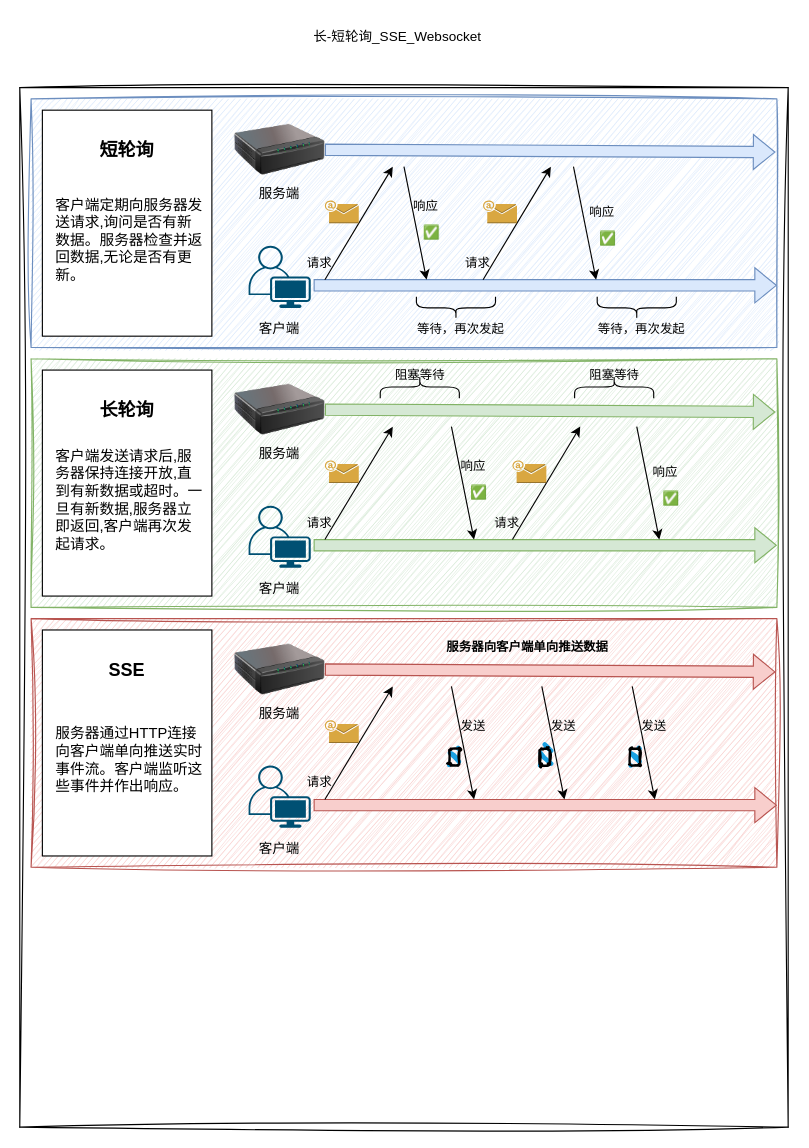
The draw.io diagram image-text/长-短轮询_SSE_Websocket.drawio in Rodert/javapub_oss, before the edit. Source tidied: cells renumbered, new cells numbered last; positions are measured from the earlier drawing's top-left corner, leaving out a move shared by most shapes. Both pictures are drawn from the tidied source at 113%, with x=0, y=0 at pixel (19, 19).
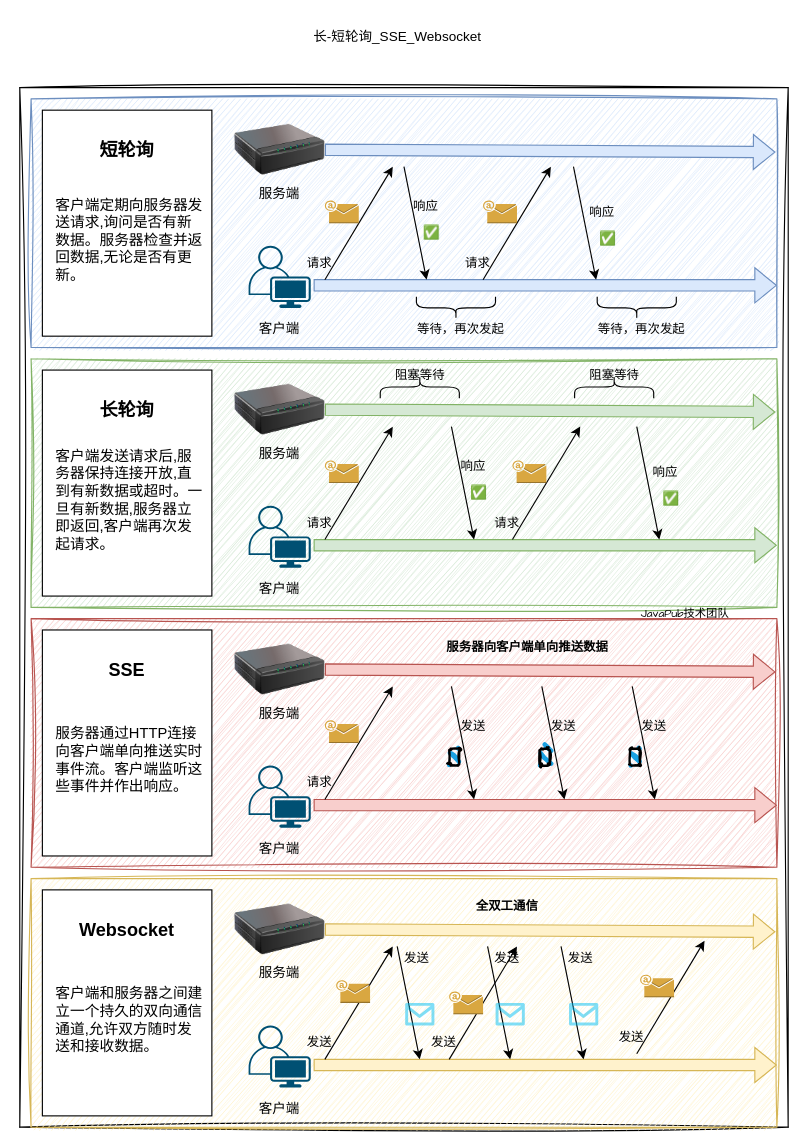
After the change.

Commit message (it also covers changes not shown here):
更新长-短轮询_SSE_Websocket.drawio

Diff of the diagram source:
```diff
@@
+    <mxCell id="82" style="rounded=0;whiteSpace=wrap;html=1;sketch=1;hachureGap=4;jiggle=2;curveFitting=1;fontFamily=Architects Daughter;fillColor=#fff2cc;strokeColor=#d6b656;" parent="1" vertex="1">
+      <mxGeometry x="10" y="760" width="660" height="220" as="geometry" />
+    </mxCell>
+    <mxCell id="83" style="rounded=0;whiteSpace=wrap;html=1;hachureGap=4;fontFamily=Architects Daughter;" parent="1" vertex="1">
+      <mxGeometry x="20" y="770" width="150" height="200" as="geometry" />
+    </mxCell>
+    <mxCell id="84" value="&lt;span&gt;&lt;font style=&quot;font-size: 16px;&quot; face=&quot;Helvetica&quot;&gt;Websocket&lt;/font&gt;&lt;/span&gt;" style="text;html=1;align=center;verticalAlign=middle;whiteSpace=wrap;rounded=0;fontFamily=Architects Daughter;fontStyle=1;" parent="1" vertex="1">
+      <mxGeometry x="65" y="790" width="60" height="30" as="geometry" />
+    </mxCell>
+    <mxCell id="85" value="&lt;div style=&quot;&quot;&gt;&lt;span style=&quot;white-space: pre;&quot;&gt;客户端和服务器之间建&lt;br/&gt;立一个持久的双向通信&lt;br/&gt;通道,允许双方随时发&lt;br/&gt;送和接收数据。&lt;/span&gt;&lt;/div&gt;" style="text;html=1;align=left;verticalAlign=middle;whiteSpace=wrap;rounded=0;fontFamily=Helvetica;fontSize=13;" parent="1" vertex="1">
+      <mxGeometry x="30" y="820" width="130" height="130" as="geometry" />
+    </mxCell>
+    <mxCell id="86" style="image;html=1;image=img/lib/clip_art/networking/Print_Server_128x128.png;sketch=1;hachureGap=4;jiggle=2;curveFitting=1;fontFamily=Architects Daughter;" parent="1" vertex="1">
+      <mxGeometry x="190" y="765" width="80" height="80" as="geometry" />
+    </mxCell>
+    <mxCell id="87" style="verticalLabelPosition=bottom;sketch=0;html=1;verticalAlign=top;align=center;shape=mxgraph.cisco19.user;fillColor=#005073;strokeColor=none;hachureGap=4;jiggle=2;curveFitting=1;fontFamily=Architects Daughter;" parent="1" vertex="1">
+      <mxGeometry x="202.5" y="890" width="55" height="55" as="geometry" />
+    </mxCell>
+    <mxCell id="88" value="服务端" style="text;html=1;align=center;verticalAlign=middle;whiteSpace=wrap;rounded=0;fontFamily=Architects Daughter;" parent="1" vertex="1">
+      <mxGeometry x="200" y="830" width="60" height="30" as="geometry" />
+    </mxCell>
+    <mxCell id="89" value="客户端" style="text;html=1;align=center;verticalAlign=middle;whiteSpace=wrap;rounded=0;fontFamily=Architects Daughter;" parent="1" vertex="1">
+      <mxGeometry x="200" y="950" width="60" height="30" as="geometry" />
+    </mxCell>
+    <mxCell id="90" style="shape=flexArrow;endArrow=classic;html=1;rounded=0;hachureGap=4;fontFamily=Architects Daughter;exitX=1;exitY=0.5;exitDx=0;exitDy=0;fillColor=#fff2cc;strokeColor=#d6b656;entryX=0.998;entryY=0.214;entryDx=0;entryDy=0;entryPerimeter=0;" parent="1" edge="1" source="86" target="82">
+      <mxGeometry relative="1" as="geometry" />
+    </mxCell>
+    <mxCell id="91" style="shape=flexArrow;endArrow=classic;html=1;rounded=0;hachureGap=4;fontFamily=Architects Daughter;fillColor=#fff2cc;strokeColor=#d6b656;entryX=1;entryY=0.75;entryDx=0;entryDy=0;" parent="1" edge="1" target="82">
+      <mxGeometry relative="1" as="geometry">
+        <mxPoint x="260" y="925" as="sourcePoint" />
+      </mxGeometry>
+    </mxCell>
+    <mxCell id="92" style="endArrow=classic;html=1;rounded=0;hachureGap=4;fontFamily=Architects Daughter;entryX=0.485;entryY=0.273;entryDx=0;entryDy=0;entryPerimeter=0;flowAnimation=1;" parent="1" edge="1" target="82">
+      <mxGeometry relative="1" as="geometry">
+        <mxPoint x="270" y="920" as="sourcePoint" />
+      </mxGeometry>
+    </mxCell>
+    <mxCell id="93" style="endArrow=classic;html=1;rounded=0;hachureGap=4;fontFamily=Architects Daughter;flowAnimation=1;" parent="1" edge="1">
+      <mxGeometry relative="1" as="geometry">
+        <mxPoint x="334" y="820" as="sourcePoint" />
+        <mxPoint x="354" y="920" as="targetPoint" />
+      </mxGeometry>
+    </mxCell>
+    <mxCell id="94" style="endArrow=classic;html=1;rounded=0;hachureGap=4;fontFamily=Architects Daughter;entryX=0.485;entryY=0.273;entryDx=0;entryDy=0;entryPerimeter=0;flowAnimation=1;" parent="1" edge="1">
+      <mxGeometry relative="1" as="geometry">
+        <mxPoint x="380" y="920" as="sourcePoint" />
+        <mxPoint x="440" y="820" as="targetPoint" />
+      </mxGeometry>
+    </mxCell>
+    <mxCell id="95" style="dashed=0;verticalLabelPosition=bottom;verticalAlign=top;align=center;html=1;shape=mxgraph.aws3.email;fillColor=#D9A741;gradientColor=none;hachureGap=4;fontFamily=Architects Daughter;" parent="1" vertex="1">
+      <mxGeometry x="280" y="850" width="30" height="20" as="geometry" />
+    </mxCell>
+    <mxCell id="96" style="dashed=0;verticalLabelPosition=bottom;verticalAlign=top;align=center;html=1;shape=mxgraph.aws3.email;fillColor=#D9A741;gradientColor=none;hachureGap=4;fontFamily=Architects Daughter;" parent="1" vertex="1">
+      <mxGeometry x="380" y="860" width="30" height="20" as="geometry" />
+    </mxCell>
+    <mxCell id="97" value="&lt;font face=&quot;Helvetica&quot; style=&quot;font-size: 11px;&quot;&gt;发送&lt;/font&gt;" style="text;html=1;align=center;verticalAlign=middle;strokeColor=none;fillColor=none;fontFamily=Architects Daughter;fontSize=11;" parent="1" vertex="1">
+      <mxGeometry x="350" y="890" width="50" height="30" as="geometry" />
+    </mxCell>
+    <mxCell id="98" value="&lt;font face=&quot;Helvetica&quot; style=&quot;font-size: 11px;&quot;&gt;发送&lt;/font&gt;" style="text;html=1;align=center;verticalAlign=middle;strokeColor=none;fillColor=none;fontFamily=Architects Daughter;fontSize=11;" parent="1" vertex="1">
+      <mxGeometry x="240" y="890" width="50" height="30" as="geometry" />
+    </mxCell>
+    <mxCell id="99" value="&lt;font face=&quot;Helvetica&quot; style=&quot;font-size: 11px;&quot;&gt;&lt;b&gt;全双工通信&lt;/b&gt;&lt;/font&gt;" style="text;html=1;align=center;verticalAlign=middle;strokeColor=none;fillColor=none;fontFamily=Architects Daughter;" parent="1" vertex="1">
+      <mxGeometry x="391" y="770" width="80" height="30" as="geometry" />
+    </mxCell>
+    <mxCell id="100" style="verticalLabelPosition=bottom;html=1;verticalAlign=top;align=center;strokeColor=none;fillColor=#00BEF2;shape=mxgraph.azure.message;hachureGap=4;fontFamily=Architects Daughter;" parent="1" vertex="1">
+      <mxGeometry x="341" y="870" width="26" height="20" as="geometry" />
+    </mxCell>
+    <mxCell id="101" value="&lt;font face=&quot;Helvetica&quot; style=&quot;font-size: 11px;&quot;&gt;发送&lt;/font&gt;" style="text;html=1;align=center;verticalAlign=middle;strokeColor=none;fillColor=none;fontFamily=Architects Daughter;fontSize=11;" parent="1" vertex="1">
+      <mxGeometry x="326" y="815" width="50" height="30" as="geometry" />
+    </mxCell>
+    <mxCell id="102" style="endArrow=classic;html=1;rounded=0;hachureGap=4;fontFamily=Architects Daughter;flowAnimation=1;" parent="1" edge="1">
+      <mxGeometry relative="1" as="geometry">
+        <mxPoint x="414" y="820" as="sourcePoint" />
+        <mxPoint x="434" y="920" as="targetPoint" />
+      </mxGeometry>
+    </mxCell>
+    <mxCell id="103" style="verticalLabelPosition=bottom;html=1;verticalAlign=top;align=center;strokeColor=none;fillColor=#00BEF2;shape=mxgraph.azure.message;hachureGap=4;fontFamily=Architects Daughter;" parent="1" vertex="1">
+      <mxGeometry x="421" y="870" width="26" height="20" as="geometry" />
+    </mxCell>
+    <mxCell id="104" value="&lt;font face=&quot;Helvetica&quot; style=&quot;font-size: 11px;&quot;&gt;发送&lt;/font&gt;" style="text;html=1;align=center;verticalAlign=middle;strokeColor=none;fillColor=none;fontFamily=Architects Daughter;fontSize=11;" parent="1" vertex="1">
+      <mxGeometry x="406" y="815" width="50" height="30" as="geometry" />
+    </mxCell>
+    <mxCell id="105" style="endArrow=classic;html=1;rounded=0;hachureGap=4;fontFamily=Architects Daughter;flowAnimation=1;" parent="1" edge="1">
+      <mxGeometry relative="1" as="geometry">
+        <mxPoint x="479" y="820" as="sourcePoint" />
+        <mxPoint x="499" y="920" as="targetPoint" />
+      </mxGeometry>
+    </mxCell>
+    <mxCell id="106" style="verticalLabelPosition=bottom;html=1;verticalAlign=top;align=center;strokeColor=none;fillColor=#00BEF2;shape=mxgraph.azure.message;hachureGap=4;fontFamily=Architects Daughter;" parent="1" vertex="1">
+      <mxGeometry x="486" y="870" width="26" height="20" as="geometry" />
+    </mxCell>
+    <mxCell id="107" value="&lt;font face=&quot;Helvetica&quot; style=&quot;font-size: 11px;&quot;&gt;发送&lt;/font&gt;" style="text;html=1;align=center;verticalAlign=middle;strokeColor=none;fillColor=none;fontFamily=Architects Daughter;fontSize=11;" parent="1" vertex="1">
+      <mxGeometry x="471" y="815" width="50" height="30" as="geometry" />
+    </mxCell>
+    <mxCell id="108" style="endArrow=classic;html=1;rounded=0;hachureGap=4;fontFamily=Architects Daughter;entryX=0.485;entryY=0.273;entryDx=0;entryDy=0;entryPerimeter=0;flowAnimation=1;" parent="1" edge="1">
+      <mxGeometry relative="1" as="geometry">
+        <mxPoint x="546" y="915" as="sourcePoint" />
+        <mxPoint x="606" y="815" as="targetPoint" />
+      </mxGeometry>
+    </mxCell>
+    <mxCell id="109" style="dashed=0;verticalLabelPosition=bottom;verticalAlign=top;align=center;html=1;shape=mxgraph.aws3.email;fillColor=#D9A741;gradientColor=none;hachureGap=4;fontFamily=Architects Daughter;" parent="1" vertex="1">
+      <mxGeometry x="549" y="845" width="30" height="20" as="geometry" />
+    </mxCell>
+    <mxCell id="110" value="&lt;font face=&quot;Helvetica&quot; style=&quot;font-size: 11px;&quot;&gt;发送&lt;/font&gt;" style="text;html=1;align=center;verticalAlign=middle;strokeColor=none;fillColor=none;fontFamily=Architects Daughter;fontSize=11;" parent="1" vertex="1">
+      <mxGeometry x="516" y="885" width="50" height="30" as="geometry" />
+    </mxCell>
+    <mxCell id="111" value="JavaPub技术团队" style="text;html=1;align=center;verticalAlign=middle;whiteSpace=wrap;rounded=0;fontFamily=Architects Daughter;fontSize=10;" parent="1" vertex="1">
+      <mxGeometry x="549" y="515" width="80" height="20" as="geometry" />
+    </mxCell>
```
